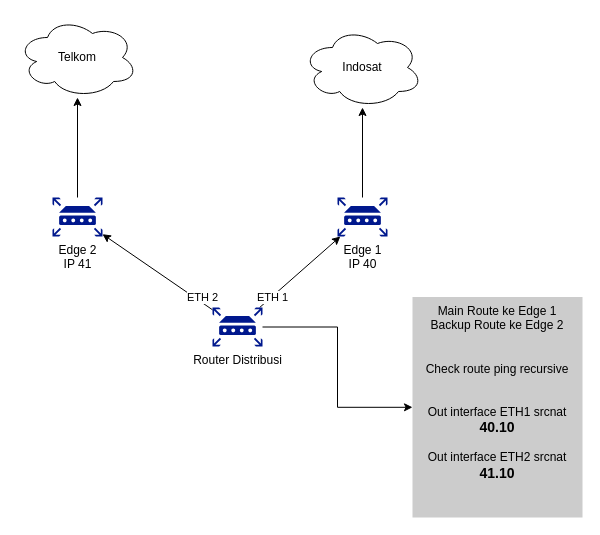
Above: drawio/Diagram Tanpa Judul.drawio in WaxArsatia/Random (draw.io), before the change. Source tidied: cells renumbered, new cells numbered last; positions are measured from the earlier drawing's top-left corner, leaving out a move shared by most shapes. Both pictures are drawn from the tidied source at 100%, with x=0, y=0 at pixel (17, 17).
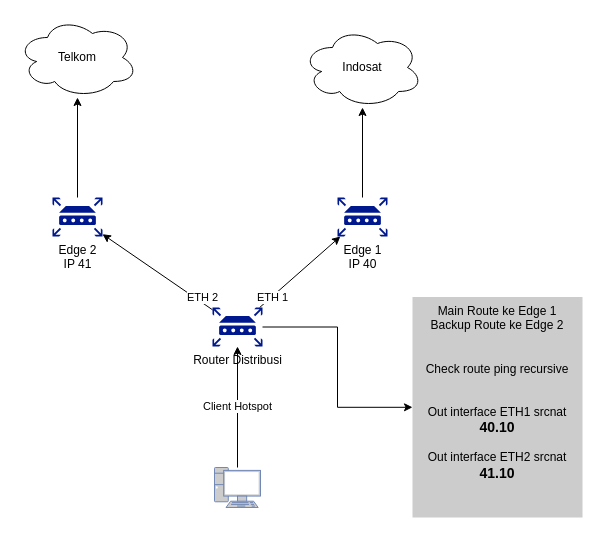
After the change.

The edit, as a diff of the source:
```diff
@@
 <mxGraphModel>
   <root>
     <mxCell id="0" />
     <mxCell id="1" parent="0" />
     <mxCell id="2" style="edgeStyle=orthogonalEdgeStyle;rounded=0;jettySize=auto;html=1;" parent="1" edge="1" source="3" target="6">
       <mxGeometry relative="1" as="geometry" />
     </mxCell>
     <mxCell id="3" value="Edge 2&lt;br&gt;IP 41" style="sketch=0;shadow=0;dashed=0;html=1;strokeColor=none;labelPosition=center;verticalLabelPosition=bottom;verticalAlign=top;align=center;fillColor=#00188D;shape=mxgraph.mscae.enterprise.router;" parent="1" vertex="1">
       <mxGeometry x="35" y="180" width="50" height="39" as="geometry" />
     </mxCell>
     <mxCell id="4" style="edgeStyle=orthogonalEdgeStyle;rounded=0;jettySize=auto;html=1;" parent="1" edge="1" source="5" target="7">
       <mxGeometry relative="1" as="geometry" />
     </mxCell>
     <mxCell id="5" value="Edge 1&lt;br&gt;IP 40" style="sketch=0;shadow=0;dashed=0;html=1;strokeColor=none;labelPosition=center;verticalLabelPosition=bottom;verticalAlign=top;align=center;fillColor=#00188D;shape=mxgraph.mscae.enterprise.router;" parent="1" vertex="1">
       <mxGeometry x="320" y="180" width="50" height="39" as="geometry" />
     </mxCell>
     <mxCell id="6" value="Telkom" style="ellipse;shape=cloud;whiteSpace=wrap;html=1;" parent="1" vertex="1">
       <mxGeometry width="120" height="80" as="geometry" />
     </mxCell>
     <mxCell id="7" value="Indosat" style="ellipse;shape=cloud;whiteSpace=wrap;html=1;" parent="1" vertex="1">
       <mxGeometry x="285" y="10" width="120" height="80" as="geometry" />
     </mxCell>
     <mxCell id="8" value="ETH 2" style="rounded=0;jettySize=auto;html=1;" parent="1" edge="1" source="11" target="3">
       <mxGeometry x="-0.77" y="-4" relative="1" as="geometry">
         <mxPoint y="-1" as="offset" />
       </mxGeometry>
     </mxCell>
     <mxCell id="9" value="ETH 1" style="rounded=0;jettySize=auto;html=1;" parent="1" edge="1" source="11" target="5">
       <mxGeometry x="-0.7" y="-1" relative="1" as="geometry" />
     </mxCell>
     <mxCell id="10" style="edgeStyle=orthogonalEdgeStyle;rounded=0;jettySize=auto;html=1;" parent="1" edge="1" source="11" target="12">
       <mxGeometry relative="1" as="geometry" />
     </mxCell>
     <mxCell id="11" value="Router Distribusi" style="sketch=0;shadow=0;dashed=0;html=1;strokeColor=none;labelPosition=center;verticalLabelPosition=bottom;verticalAlign=top;align=center;fillColor=#00188D;shape=mxgraph.mscae.enterprise.router;" parent="1" vertex="1">
       <mxGeometry x="195" y="290" width="50" height="39" as="geometry" />
     </mxCell>
     <mxCell id="12" value="Main Route ke Edge 1&lt;br&gt;Backup Route ke Edge 2&lt;br&gt;&lt;br&gt;&lt;br&gt;Check route ping recursive&lt;br&gt;&lt;br&gt;&lt;br&gt;Out interface ETH1 srcnat &lt;b&gt;&lt;font style=&quot;font-size: 14px;&quot;&gt;40.10&lt;/font&gt;&lt;/b&gt;&lt;br&gt;&lt;br&gt;Out interface ETH2 srcnat &lt;b&gt;&lt;font style=&quot;font-size: 14px;&quot;&gt;41.10&lt;/font&gt;&lt;/b&gt;" style="whiteSpace=wrap;html=1;verticalAlign=top;fillColor=#CCCCCC;strokeColor=none;sketch=0;shadow=0;dashed=0;" parent="1" vertex="1">
       <mxGeometry x="395" y="279.5" width="170" height="220.5" as="geometry" />
     </mxCell>
+    <mxCell id="13" value="Client Hotspot" style="edgeStyle=orthogonalEdgeStyle;rounded=0;jettySize=auto;html=1;" parent="1" edge="1" source="14" target="11">
+      <mxGeometry relative="1" as="geometry" />
+    </mxCell>
+    <mxCell id="14" style="fontColor=#0066CC;verticalAlign=top;verticalLabelPosition=bottom;labelPosition=center;align=center;html=1;outlineConnect=0;fillColor=#CCCCCC;strokeColor=#6881B3;gradientColor=none;gradientDirection=north;strokeWidth=2;shape=mxgraph.networks.pc;" parent="1" vertex="1">
+      <mxGeometry x="197" y="450" width="46" height="40" as="geometry" />
+    </mxCell>
   </root>
 </mxGraphModel>
```
